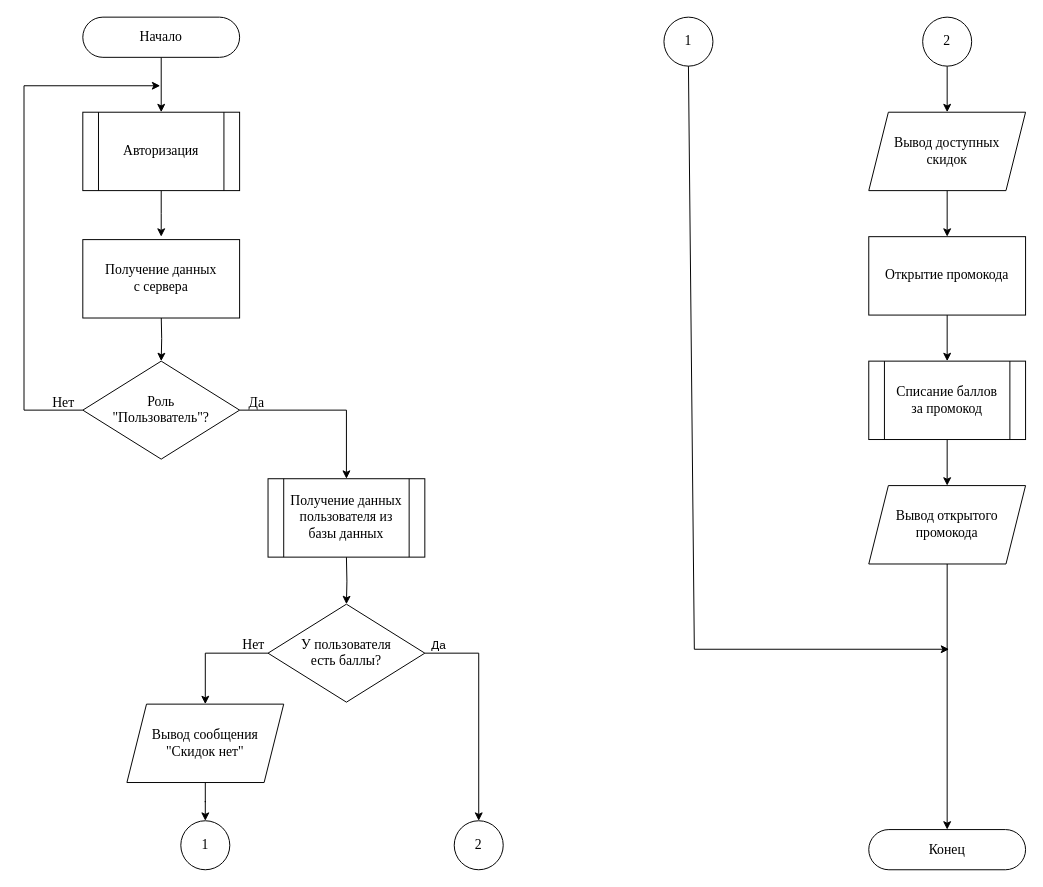
Above: stuff_diploma/BlockScheme_promo.drawio in DimaXDD/WasteWise (draw.io), before the change. Source tidied: cells renumbered, new cells numbered last; positions are measured from the earlier drawing's top-left corner, leaving out a move shared by most shapes. Both pictures are drawn from the tidied source at 98%, with x=0, y=0 at pixel (24, 17).
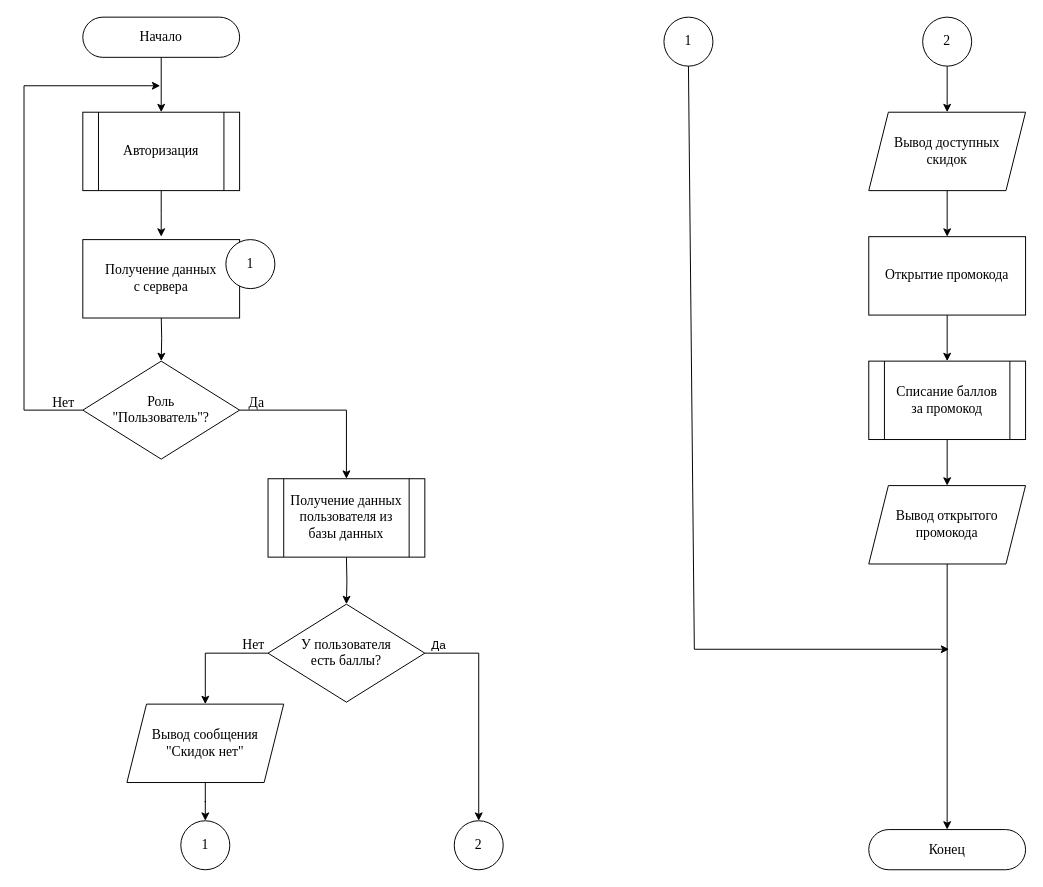
The same page after the edit.

Diff of the diagram source:
```diff
@@
+    <mxCell id="37" value="1" style="ellipse;whiteSpace=wrap;html=1;fontSize=14;fontFamily=Times New Roman;" parent="1" vertex="1">
+      <mxGeometry x="206" y="227" width="50" height="50" as="geometry" />
+    </mxCell>
```
